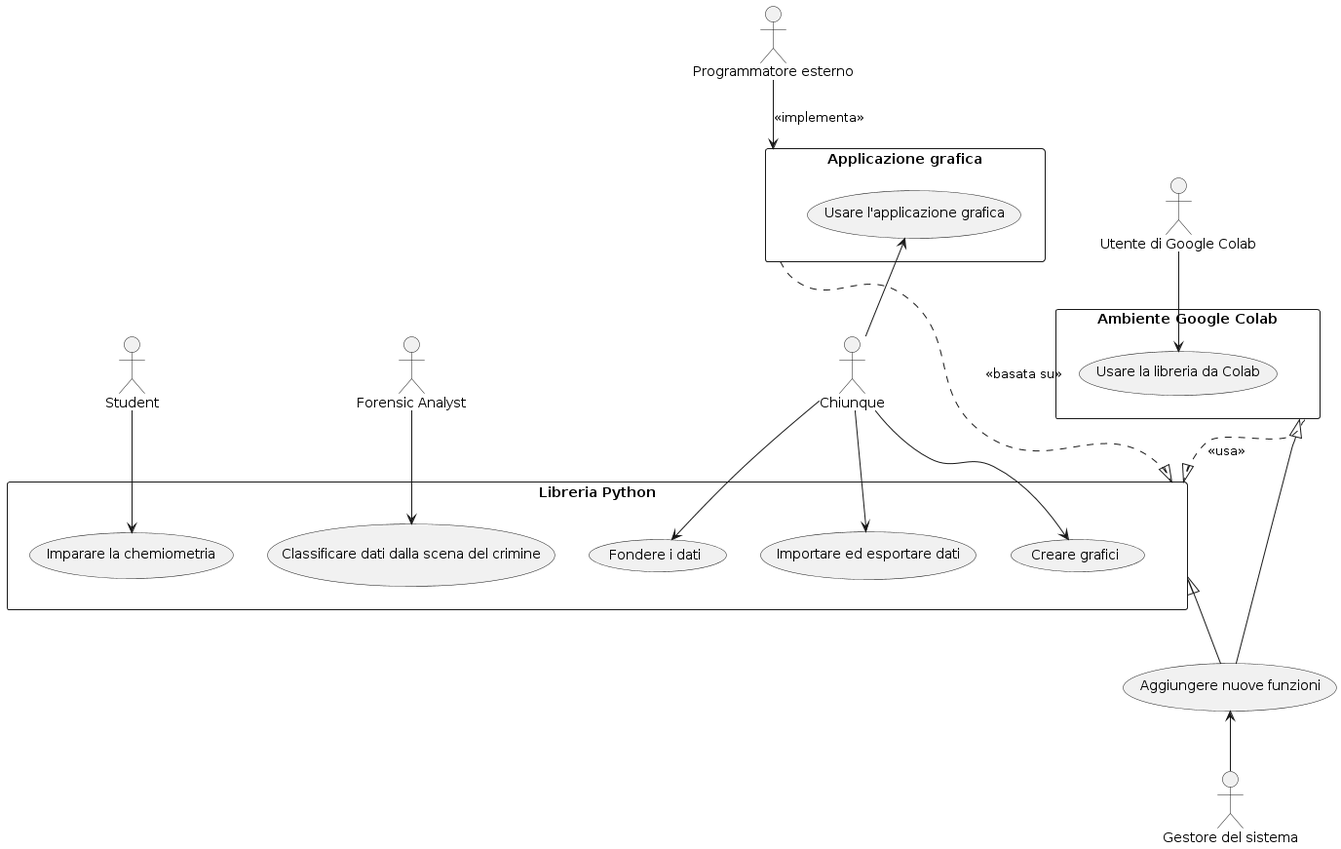
Earlier version of the PlantUML export thesis/use_cases.png (f-aguzzi/ChemFuseKit).
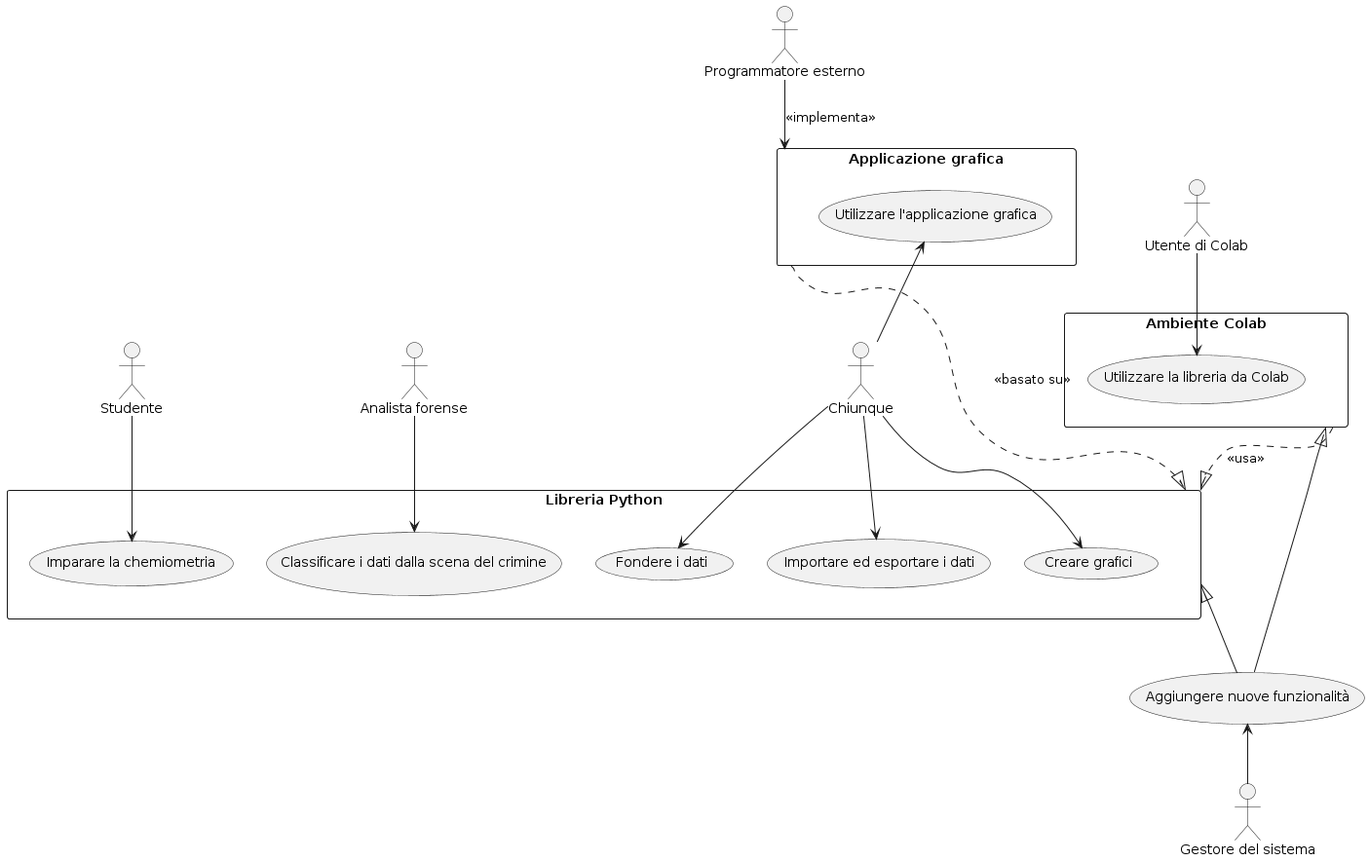
Later version of the same file.

What changed in the source:
```diff
@@ -1,35 +1,35 @@
 @startuml
 rectangle "Libreria Python" {
 	(Imparare la chemiometria)
-	(Classificare dati dalla scena del crimine)
+	(Classificare i dati dalla scena del crimine)
 	(Fondere i dati)
-	(Importare ed esportare dati)
+	(Importare ed esportare i dati)
 	(Creare grafici)
 }
 
-rectangle "Ambiente Google Colab" {
-	(Usare la libreria da Colab)
+rectangle "Ambiente Colab" {
+	(Utilizzare la libreria da Colab)
 }
 
 rectangle "Applicazione grafica" {
-	(Usare l'applicazione grafica)
+	(Utilizzare l'applicazione grafica)
 }
 
-(Aggiungere nuove funzioni)
+(Aggiungere nuove funzionalità)
 
-"Student" --> (Imparare la chemiometria)
-"Forensic Analyst" --> (Classificare dati dalla scena del crimine)
+"Studente" --> (Imparare la chemiometria)
+"Analista forense" --> (Classificare i dati dalla scena del crimine)
 "Chiunque" --> (Fondere i dati)
-"Chiunque" --> (Importare ed esportare dati)
+"Chiunque" --> (Importare ed esportare i dati)
 "Chiunque" --> (Creare grafici)
-"Chiunque" -up-> (Usare l'applicazione grafica)
-"Utente di Google Colab" --> (Usare la libreria da Colab)
-"Gestore del sistema" -up-> (Aggiungere nuove funzioni)
+"Chiunque" -up-> (Utilizzare l'applicazione grafica)
+"Utente di Colab" --> (Utilizzare la libreria da Colab)
+"Gestore del sistema" -up-> (Aggiungere nuove funzionalità)
 "Programmatore esterno" -down-> (Applicazione grafica) : <<implementa>>
 
-"Ambiente Google Colab" ..|> "Libreria Python" : <<usa>>
-"Applicazione grafica" ..|> "Libreria Python" : <<basata su>>
+"Ambiente Colab" ..|> "Libreria Python" : <<usa>>
+"Applicazione grafica" ..|> "Libreria Python" : <<basato su>>
 
-(Aggiungere nuove funzioni) -up-|> "Ambiente Google Colab"
-(Aggiungere nuove funzioni) -up-|> "Libreria Python"
+(Aggiungere nuove funzionalità) -up-|> "Ambiente Colab"
+(Aggiungere nuove funzionalità) -up-|> "Libreria Python"
 @enduml
```
